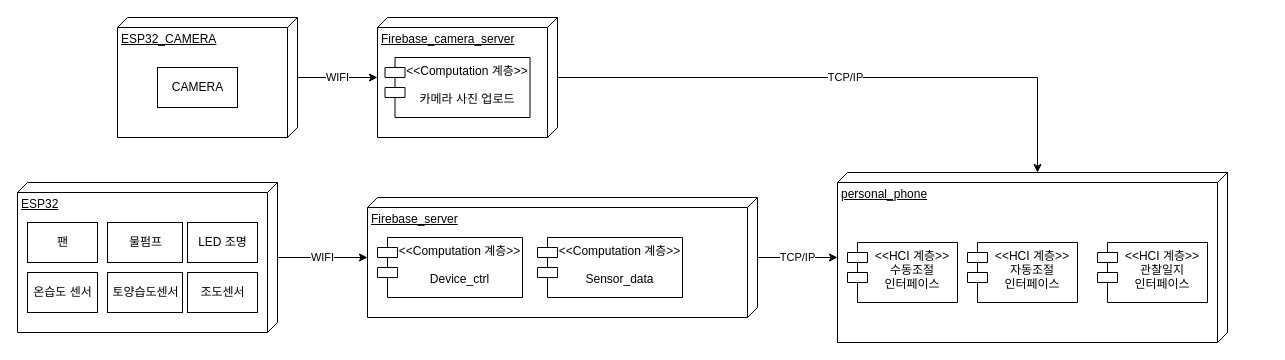
Before: 구조설계/배치다이어그램.drawio in sonmyungwon/Software-Development, a draw.io diagram. Source tidied: cells renumbered, new cells numbered last; positions are measured from the earlier drawing's top-left corner, leaving out a move shared by most shapes. Both pictures are drawn from the tidied source at 100%, with x=0, y=0 at pixel (17, 17).
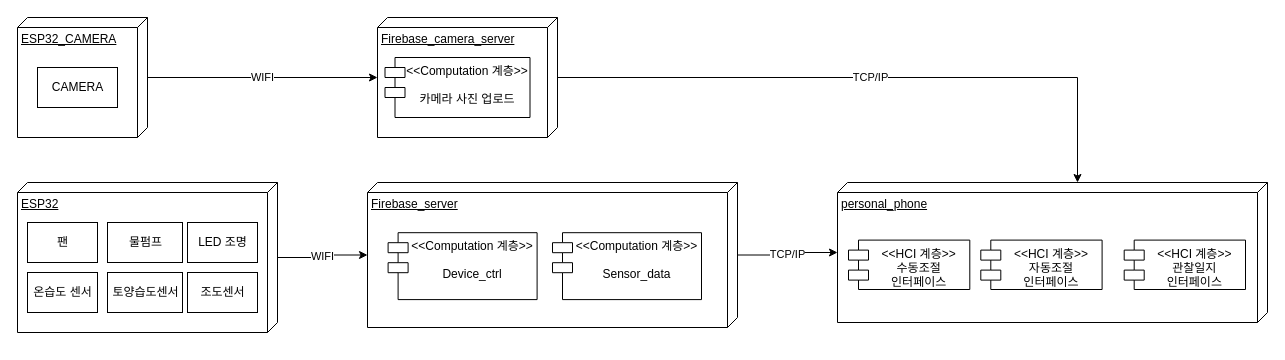
Above is the later version.

Commit message (it also covers changes not shown here):
배치다이어그램.drawio 업데이트

What changed in the source:
```diff
@@
-    <mxCell id="6" value="Firebase_server" style="verticalAlign=top;align=left;spacingTop=8;spacingLeft=2;spacingRight=12;shape=cube;size=10;direction=south;fontStyle=4;html=1;" parent="1" vertex="1">
-      <mxGeometry x="350" y="180" width="390" height="120" as="geometry" />
-    </mxCell>
@@
-    <mxCell id="8" value="ESP32_CAMERA" style="verticalAlign=top;align=left;spacingTop=8;spacingLeft=2;spacingRight=12;shape=cube;size=10;direction=south;fontStyle=4;html=1;" parent="1" vertex="1">
-      <mxGeometry x="100" width="180" height="120" as="geometry" />
-    </mxCell>
@@
-    <mxCell id="10" value="&lt;&lt;Computation 계층&gt;&gt;&#10;&#10;Device_ctrl" style="shape=module;align=left;spacingLeft=20;align=center;verticalAlign=top;" parent="1" vertex="1">
-      <mxGeometry x="360" y="220" width="145" height="60" as="geometry" />
-    </mxCell>
-    <mxCell id="11" value="&lt;&lt;Computation 계층&gt;&gt;&#10;&#10;Sensor_data" style="shape=module;align=left;spacingLeft=20;align=center;verticalAlign=top;" parent="1" vertex="1">
-      <mxGeometry x="520" y="220" width="145" height="60" as="geometry" />
-    </mxCell>
@@
-    <mxCell id="20" value="CAMERA" style="html=1;" parent="1" vertex="1">
-      <mxGeometry x="140" y="50" width="80" height="40" as="geometry" />
-    </mxCell>
     <mxCell id="21" style="group;" parent="1" vertex="1">
-      <mxGeometry x="820" y="155" width="390" height="170" as="geometry" />
+      <mxGeometry x="820" y="165" width="430" height="140" as="geometry" />
     </mxCell>
     <mxCell id="22" value="personal_phone" style="verticalAlign=top;align=left;spacingTop=8;spacingLeft=2;spacingRight=12;shape=cube;size=10;direction=south;fontStyle=4;html=1;" parent="21" vertex="1">
-      <mxGeometry width="390" height="170" as="geometry" />
+      <mxGeometry width="430" height="140" as="geometry" />
     </mxCell>
     <mxCell id="23" value="&lt;&lt;HCI 계층&gt;&gt;&#10;수동조절 &#10;인터페이스" style="shape=module;align=left;spacingLeft=20;align=center;verticalAlign=top;" parent="21" vertex="1">
-      <mxGeometry x="10" y="70" width="110" height="60" as="geometry" />
+      <mxGeometry x="11" y="57.6" width="121.3" height="49.4" as="geometry" />
     </mxCell>
     <mxCell id="24" value="&lt;&lt;HCI 계층&gt;&gt;&#10;자동조절 &#10;인터페이스" style="shape=module;align=left;spacingLeft=20;align=center;verticalAlign=top;" parent="21" vertex="1">
-      <mxGeometry x="130" y="70" width="110" height="60" as="geometry" />
+      <mxGeometry x="143.3" y="57.6" width="121.3" height="49.4" as="geometry" />
     </mxCell>
     <mxCell id="25" value="&lt;&lt;HCI 계층&gt;&gt;&#10;관찰일지&#10;인터페이스" style="shape=module;align=left;spacingLeft=20;align=center;verticalAlign=top;" parent="21" vertex="1">
-      <mxGeometry x="260" y="70" width="110" height="60" as="geometry" />
+      <mxGeometry x="286.7" y="57.6" width="121.3" height="49.4" as="geometry" />
     </mxCell>
+    <mxCell id="26" style="group;" parent="1" vertex="1">
+      <mxGeometry width="130" height="120" as="geometry" />
+    </mxCell>
+    <mxCell id="8" value="ESP32_CAMERA" style="verticalAlign=top;align=left;spacingTop=8;spacingLeft=2;spacingRight=12;shape=cube;size=10;direction=south;fontStyle=4;html=1;" parent="26" vertex="1">
+      <mxGeometry width="130" height="120" as="geometry" />
+    </mxCell>
+    <mxCell id="20" value="CAMERA" style="html=1;" parent="26" vertex="1">
+      <mxGeometry x="20" y="50" width="80" height="40" as="geometry" />
+    </mxCell>
+    <mxCell id="27" style="group;" parent="1" vertex="1">
+      <mxGeometry x="350" y="165" width="370" height="145" as="geometry" />
+    </mxCell>
+    <mxCell id="6" value="Firebase_server" style="verticalAlign=top;align=left;spacingTop=8;spacingLeft=2;spacingRight=12;shape=cube;size=10;direction=south;fontStyle=4;html=1;" parent="27" vertex="1">
+      <mxGeometry width="370" height="145" as="geometry" />
+    </mxCell>
+    <mxCell id="10" value="&lt;&lt;Computation 계층&gt;&gt;&#10;&#10;Device_ctrl" style="shape=module;align=left;spacingLeft=20;align=center;verticalAlign=top;" parent="27" vertex="1">
+      <mxGeometry x="20.6" y="50.2" width="149" height="66.9" as="geometry" />
+    </mxCell>
+    <mxCell id="11" value="&lt;&lt;Computation 계층&gt;&gt;&#10;&#10;Sensor_data" style="shape=module;align=left;spacingLeft=20;align=center;verticalAlign=top;" parent="27" vertex="1">
+      <mxGeometry x="185" y="50.2" width="149" height="66.9" as="geometry" />
+    </mxCell>
```
